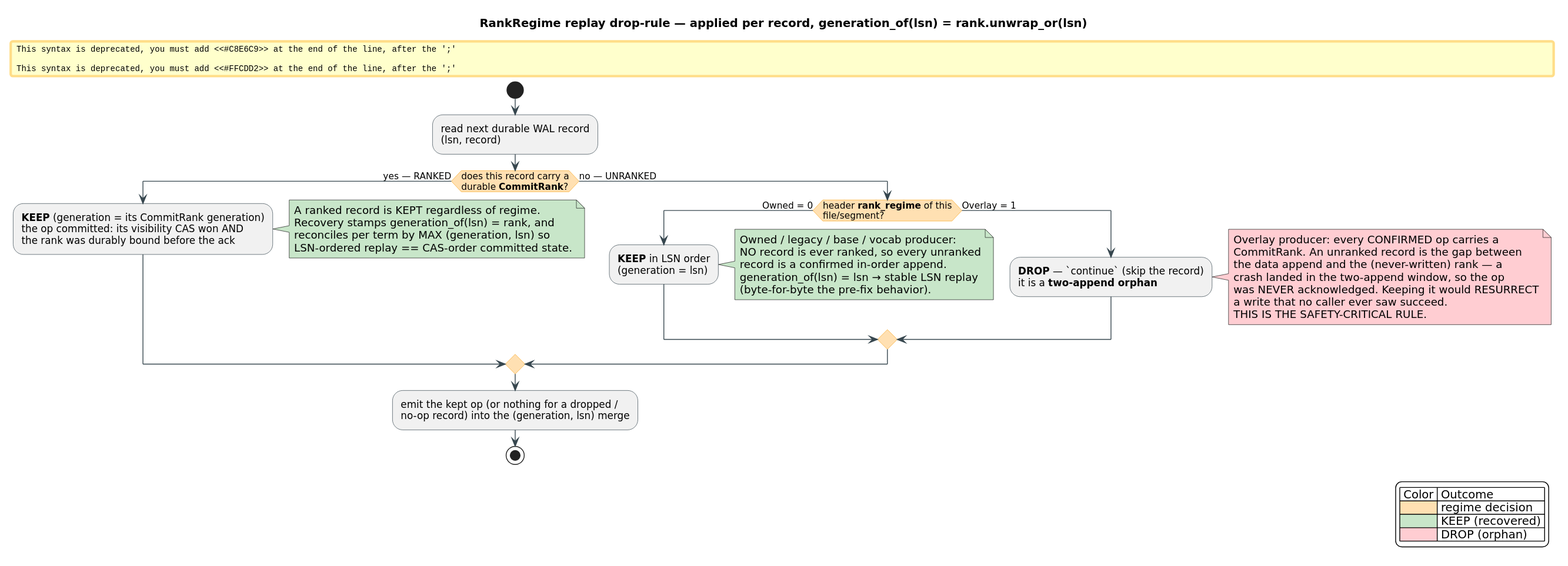
Before: docs/diagrams/rank-regime-replay.svg, a diagram exported from PlantUML (vinary-tree/libdictenstein). Its source is kept beside it as docs/diagrams/src/rank-regime-replay.puml. Source of this version:
```plantuml
@startuml rank-regime-replay
skinparam backgroundColor #FFFFFF
skinparam defaultFontName "DejaVu Sans"
skinparam shadowing false
skinparam ArrowColor #37474F
skinparam ArrowFontName "DejaVu Sans"
skinparam activity {
  BorderColor #37474F
  FontName "DejaVu Sans"
  DiamondBorderColor #F9A825
  DiamondBackgroundColor #FFE0B2
}

title RankRegime replay drop-rule — applied per record, generation_of(lsn) = rank.unwrap_or(lsn)

start
:read next durable WAL record\n(lsn, record);

if (does this record carry a\ndurable **CommitRank**?) then (yes — RANKED)
  #C8E6C9:**KEEP** (generation = its CommitRank generation)\nthe op committed: its visibility CAS won AND\nthe rank was durably bound before the ack;
  note right #C8E6C9
    A ranked record is KEPT regardless of regime.
    Recovery stamps generation_of(lsn) = rank, and
    reconciles per term by MAX (generation, lsn) so
    LSN-ordered replay == CAS-order committed state.
  end note
else (no — UNRANKED)
  if (header **rank_regime** of this\nfile/segment?) then (Owned = 0)
    #C8E6C9:**KEEP** in LSN order\n(generation = lsn);
    note right #C8E6C9
      Owned / legacy / base / vocab producer:
      NO record is ever ranked, so every unranked
      record is a confirmed in-order append.
      generation_of(lsn) = lsn → stable LSN replay
      (byte-for-byte the pre-fix behavior).
    end note
  else (Overlay = 1)
    #FFCDD2:**DROP** — `continue` (skip the record)\nit is a **two-append orphan**;
    note right #FFCDD2
      Overlay producer: every CONFIRMED op carries a
      CommitRank. An unranked record is the gap between
      the data append and the (never-written) rank — a
      crash landed in the two-append window, so the op
      was NEVER acknowledged. Keeping it would RESURRECT
      a write that no caller ever saw succeed.
      THIS IS THE SAFETY-CRITICAL RULE.
    end note
  endif
endif

:emit the kept op (or nothing for a dropped /\nno-op record) into the (generation, lsn) merge;
stop

legend right
| Color | Outcome |
|<#FFE0B2>| regime decision |
|<#C8E6C9>| KEEP (recovered) |
|<#FFCDD2>| DROP (orphan) |
endlegend
@enduml
```
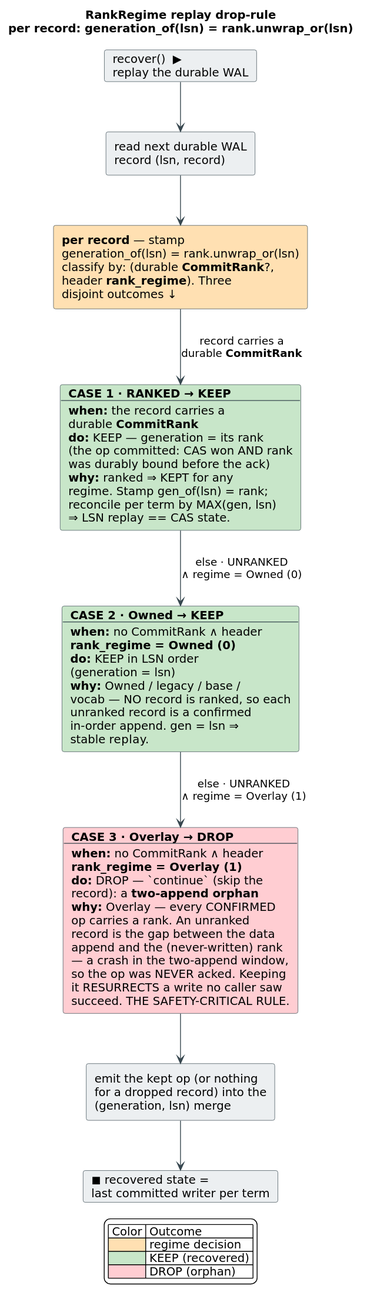
The same diagram one commit later.

Change to the diagram source:
```diff
@@ -1,57 +1,46 @@
 @startuml rank-regime-replay
 skinparam backgroundColor #FFFFFF
 skinparam defaultFontName "DejaVu Sans"
+skinparam wrapWidth 300
 skinparam shadowing false
 skinparam ArrowColor #37474F
 skinparam ArrowFontName "DejaVu Sans"
-skinparam activity {
+skinparam rectangle {
   BorderColor #37474F
   FontName "DejaVu Sans"
-  DiamondBorderColor #F9A825
-  DiamondBackgroundColor #FFE0B2
+}
+skinparam card {
+  BorderColor #37474F
+  FontName "DejaVu Sans"
 }
 
-title RankRegime replay drop-rule — applied per record, generation_of(lsn) = rank.unwrap_or(lsn)
+title RankRegime replay drop-rule\nper record: generation_of(lsn) = rank.unwrap_or(lsn)
 
-start
-:read next durable WAL record\n(lsn, record);
+card "recover()  ▶\nreplay the durable WAL" as START #ECEFF1
 
-if (does this record carry a\ndurable **CommitRank**?) then (yes — RANKED)
-  #C8E6C9:**KEEP** (generation = its CommitRank generation)\nthe op committed: its visibility CAS won AND\nthe rank was durably bound before the ack;
-  note right #C8E6C9
-    A ranked record is KEPT regardless of regime.
-    Recovery stamps generation_of(lsn) = rank, and
-    reconciles per term by MAX (generation, lsn) so
-    LSN-ordered replay == CAS-order committed state.
-  end note
-else (no — UNRANKED)
-  if (header **rank_regime** of this\nfile/segment?) then (Owned = 0)
-    #C8E6C9:**KEEP** in LSN order\n(generation = lsn);
-    note right #C8E6C9
-      Owned / legacy / base / vocab producer:
-      NO record is ever ranked, so every unranked
-      record is a confirmed in-order append.
-      generation_of(lsn) = lsn → stable LSN replay
-      (byte-for-byte the pre-fix behavior).
-    end note
-  else (Overlay = 1)
-    #FFCDD2:**DROP** — `continue` (skip the record)\nit is a **two-append orphan**;
-    note right #FFCDD2
-      Overlay producer: every CONFIRMED op carries a
-      CommitRank. An unranked record is the gap between
-      the data append and the (never-written) rank — a
-      crash landed in the two-append window, so the op
-      was NEVER acknowledged. Keeping it would RESURRECT
-      a write that no caller ever saw succeed.
-      THIS IS THE SAFETY-CRITICAL RULE.
-    end note
-  endif
-endif
+rectangle "read next durable WAL\nrecord (lsn, record)" as READ #ECEFF1
 
-:emit the kept op (or nothing for a dropped /\nno-op record) into the (generation, lsn) merge;
-stop
+rectangle "**per record** — stamp\ngeneration_of(lsn) = rank.unwrap_or(lsn)\nclassify by: (durable **CommitRank**?,\nheader **rank_regime**). Three\ndisjoint outcomes ↓" as DECIDE #FFE0B2
 
-legend right
+card "**CASE 1 · RANKED → KEEP**\n--\n**when:** the record carries a\ndurable **CommitRank**\n**do:** KEEP — generation = its rank\n(the op committed: CAS won AND rank\nwas durably bound before the ack)\n**why:** ranked ⇒ KEPT for any\nregime. Stamp gen_of(lsn) = rank;\nreconcile per term by MAX(gen, lsn)\n⇒ LSN replay == CAS state." as C1 #C8E6C9
+
+card "**CASE 2 · Owned → KEEP**\n--\n**when:** no CommitRank ∧ header\n**rank_regime = Owned (0)**\n**do:** KEEP in LSN order\n(generation = lsn)\n**why:** Owned / legacy / base /\nvocab — NO record is ranked, so each\nunranked record is a confirmed\nin-order append. gen = lsn ⇒\nstable replay." as C2 #C8E6C9
+
+card "**CASE 3 · Overlay → DROP**\n--\n**when:** no CommitRank ∧ header\n**rank_regime = Overlay (1)**\n**do:** DROP — `continue` (skip the\nrecord): a **two-append orphan**\n**why:** Overlay — every CONFIRMED\nop carries a rank. An unranked\nrecord is the gap between the data\nappend and the (never-written) rank\n— a crash in the two-append window,\nso the op was NEVER acked. Keeping\nit RESURRECTS a write no caller saw\nsucceed. THE SAFETY-CRITICAL RULE." as C3 #FFCDD2
+
+rectangle "emit the kept op (or nothing\nfor a dropped record) into the\n(generation, lsn) merge" as EMIT #ECEFF1
+
+card "◼ recovered state =\nlast committed writer per term" as DONE #ECEFF1
+
+START --> READ
+READ --> DECIDE
+DECIDE --> C1 : record carries a\ndurable **CommitRank**
+C1 --> C2 : else · UNRANKED\n∧ regime = Owned (0)
+C2 --> C3 : else · UNRANKED\n∧ regime = Overlay (1)
+C3 --> EMIT
+EMIT --> DONE
+
+legend bottom
 | Color | Outcome |
 |<#FFE0B2>| regime decision |
 |<#C8E6C9>| KEEP (recovered) |
```
